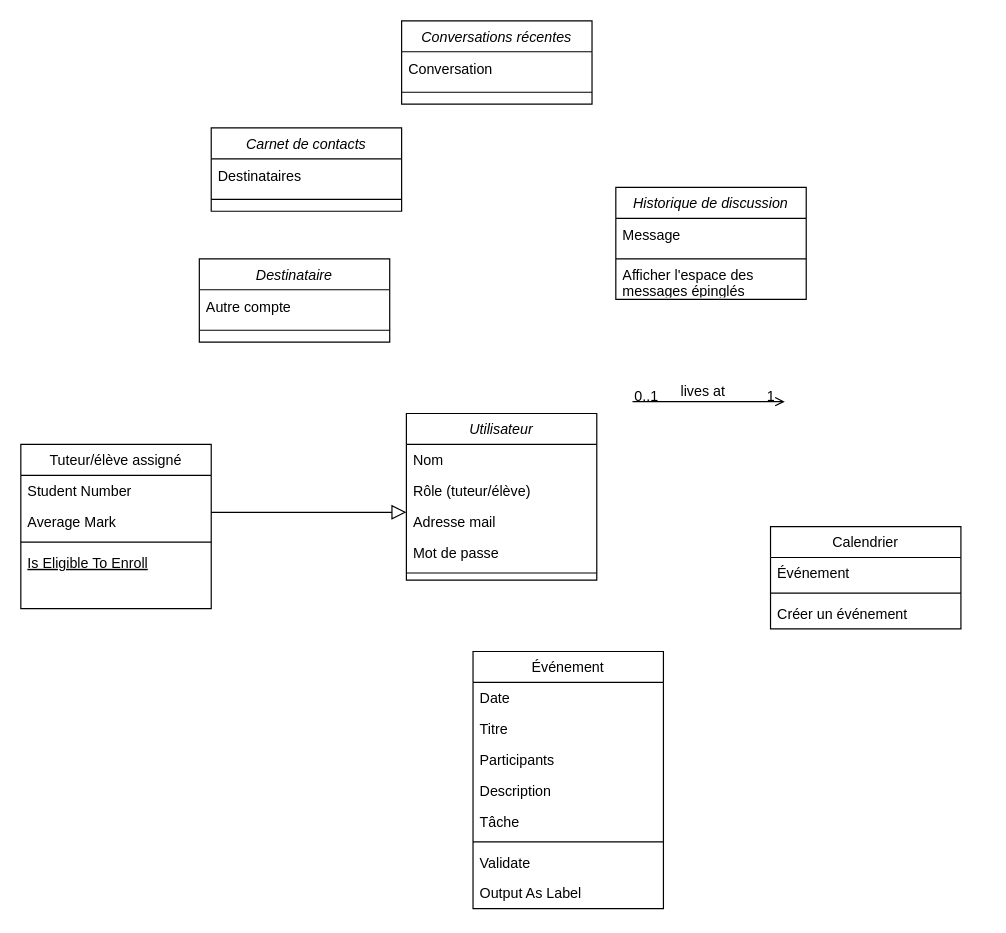
Before: OC3-UML-Homeskolar-class-diag.drawio in AlyxEugenot/OC-Courses, a draw.io diagram. Source tidied: cells renumbered, new cells numbered last; positions are measured from the earlier drawing's top-left corner, leaving out a move shared by most shapes. Both pictures are drawn from the tidied source at 119%, with x=0, y=0 at pixel (20, 20).
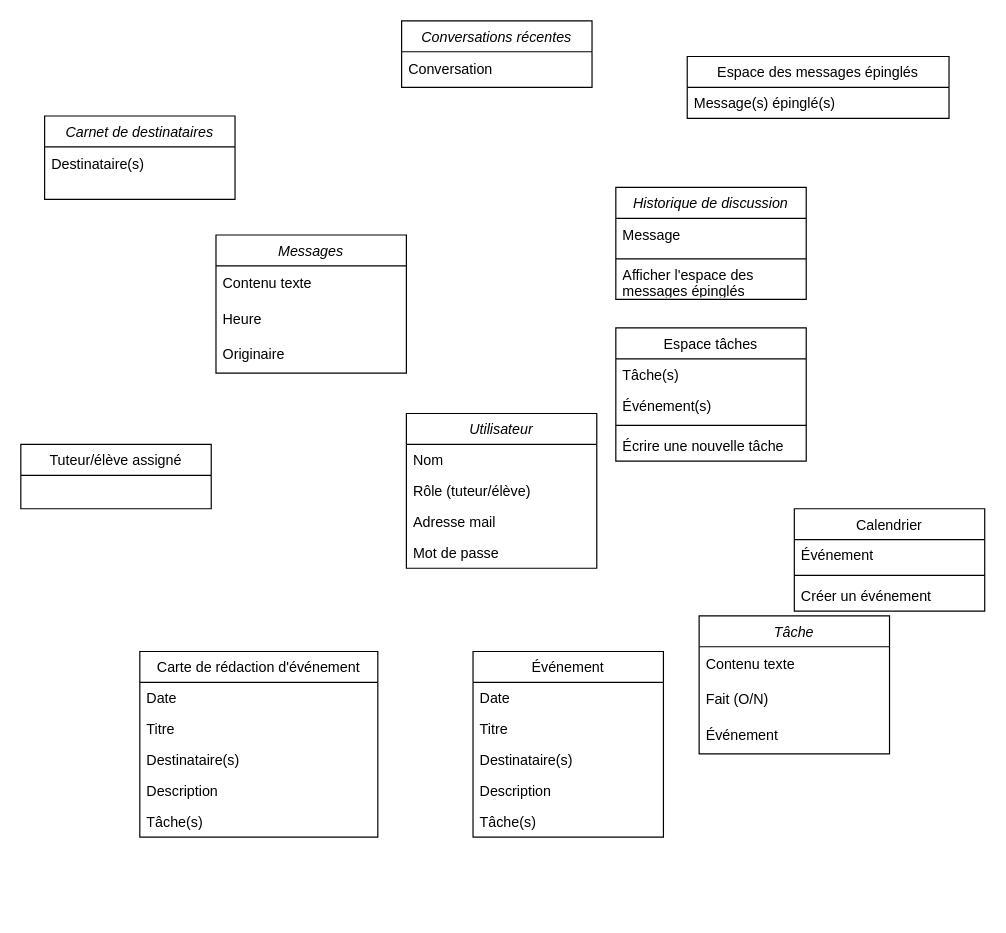
Above is the later version.

Commit message (it also covers changes not shown here):
Mettre à jour OC3-UML-Homeskolar-class-diag.drawio

What changed in the source:
```diff
@@
     <mxCell id="2" value="Utilisateur" style="swimlane;fontStyle=2;align=center;verticalAlign=top;horizontal=1;startSize=26;rounded=0;shadow=0;strokeWidth=1;" parent="1" vertex="1">
-      <mxGeometry x="324" y="330" width="160" height="140" as="geometry" />
+      <mxGeometry x="324" y="330" width="160" height="130" as="geometry" />
     </mxCell>
@@
-    <mxCell id="7" style="line;html=1;strokeWidth=1;align=left;verticalAlign=middle;spacingTop=-1;spacingLeft=3;spacingRight=3;labelPosition=right;" parent="2" vertex="1">
-      <mxGeometry y="130" width="160" height="8" as="geometry" />
-    </mxCell>
     <mxCell id="8" value="Tuteur/élève assigné" style="swimlane;fontStyle=0;align=center;verticalAlign=top;horizontal=1;startSize=26;rounded=0;shadow=0;strokeWidth=1;" parent="1" vertex="1">
-      <mxGeometry y="356" width="160" height="138" as="geometry" />
+      <mxGeometry y="356" width="160" height="54" as="geometry" />
     </mxCell>
-    <mxCell id="9" value="Student Number" style="text;align=left;verticalAlign=top;spacingLeft=4;spacingRight=4;overflow=hidden;" parent="8" vertex="1">
-      <mxGeometry y="26" width="160" height="26" as="geometry" />
-    </mxCell>
-    <mxCell id="10" value="Average Mark" style="text;align=left;verticalAlign=top;spacingLeft=4;spacingRight=4;overflow=hidden;rounded=0;shadow=0;html=0;" parent="8" vertex="1">
-      <mxGeometry y="52" width="160" height="26" as="geometry" />
-    </mxCell>
-    <mxCell id="11" style="line;html=1;strokeWidth=1;align=left;verticalAlign=middle;spacingTop=-1;spacingLeft=3;spacingRight=3;labelPosition=right;" parent="8" vertex="1">
-      <mxGeometry y="78" width="160" height="8" as="geometry" />
-    </mxCell>
-    <mxCell id="12" value="Is Eligible To Enroll" style="text;align=left;verticalAlign=top;spacingLeft=4;spacingRight=4;overflow=hidden;fontStyle=4;" parent="8" vertex="1">
-      <mxGeometry y="86" width="160" height="26" as="geometry" />
-    </mxCell>
-    <mxCell id="13" style="endArrow=block;endSize=10;endFill=0;shadow=0;strokeWidth=1;rounded=0;curved=0;edgeStyle=elbowEdgeStyle;elbow=vertical;" parent="1" edge="1" source="8" target="2">
-      <mxGeometry relative="1" as="geometry" />
-    </mxCell>
     <mxCell id="14" value="Calendrier" style="swimlane;fontStyle=0;align=center;verticalAlign=top;horizontal=1;startSize=26;rounded=0;shadow=0;strokeWidth=1;" parent="1" vertex="1">
-      <mxGeometry x="630" y="425" width="160" height="86" as="geometry" />
+      <mxGeometry x="650" y="410" width="160" height="86" as="geometry" />
     </mxCell>
@@
-    <mxCell id="18" style="endArrow=open;shadow=0;strokeWidth=1;rounded=0;curved=0;endFill=1;edgeStyle=elbowEdgeStyle;elbow=vertical;" parent="1" edge="1">
-      <mxGeometry x="0.5" y="41" relative="1" as="geometry">
-        <mxPoint x="514" y="320" as="sourcePoint" />
-        <mxPoint x="642" y="320" as="targetPoint" />
-        <mxPoint x="-40" y="32" as="offset" />
-      </mxGeometry>
-    </mxCell>
-    <mxCell id="19" value="0..1" style="align=left;verticalAlign=bottom;labelBackgroundColor=none;fontSize=12;" parent="18" vertex="1">
-      <mxGeometry x="-1" relative="1" as="geometry">
-        <mxPoint y="4" as="offset" />
-      </mxGeometry>
-    </mxCell>
-    <mxCell id="20" value="1" style="align=right;verticalAlign=bottom;labelBackgroundColor=none;fontSize=12;" parent="18" vertex="1">
-      <mxGeometry x="1" relative="1" as="geometry">
-        <mxPoint x="-7" y="4" as="offset" />
-      </mxGeometry>
-    </mxCell>
-    <mxCell id="21" value="lives at" style="text;html=1;align=center;verticalAlign=middle;labelBackgroundColor=none;rounded=0;shadow=0;strokeWidth=1;fontSize=12;" parent="18" vertex="1">
-      <mxGeometry x="0.5" y="49" relative="1" as="geometry">
-        <mxPoint x="-38" y="40" as="offset" />
-      </mxGeometry>
-    </mxCell>
-    <mxCell id="22" value="Carnet de contacts" style="swimlane;fontStyle=2;align=center;verticalAlign=top;horizontal=1;startSize=26;rounded=0;shadow=0;strokeWidth=1;" parent="1" vertex="1">
-      <mxGeometry x="160" y="90" width="160" height="70" as="geometry" />
+    <mxCell id="22" value="Carnet de destinataires" style="swimlane;fontStyle=2;align=center;verticalAlign=top;horizontal=1;startSize=26;rounded=0;shadow=0;strokeWidth=1;" parent="1" vertex="1">
+      <mxGeometry x="20" y="80" width="160" height="70" as="geometry" />
     </mxCell>
-    <mxCell id="23" value="Destinataires" style="text;strokeColor=none;fillColor=none;align=left;verticalAlign=middle;spacingLeft=4;spacingRight=4;overflow=hidden;whiteSpace=wrap;html=1;" parent="22" vertex="1">
+    <mxCell id="23" value="Destinataire(s)" style="text;strokeColor=none;fillColor=none;align=left;verticalAlign=middle;spacingLeft=4;spacingRight=4;overflow=hidden;whiteSpace=wrap;html=1;" parent="22" vertex="1">
       <mxGeometry y="26" width="160" height="30" as="geometry" />
     </mxCell>
-    <mxCell id="24" style="line;html=1;strokeWidth=1;align=left;verticalAlign=middle;spacingTop=-1;spacingLeft=3;spacingRight=3;labelPosition=right;" parent="22" vertex="1">
-      <mxGeometry y="56" width="160" height="8" as="geometry" />
-    </mxCell>
-    <mxCell id="25" value="Destinataire" style="swimlane;fontStyle=2;align=center;verticalAlign=top;horizontal=1;startSize=26;rounded=0;shadow=0;strokeWidth=1;" parent="1" vertex="1">
-      <mxGeometry x="150" y="200" width="160" height="70" as="geometry" />
-    </mxCell>
-    <mxCell id="26" value="Autre compte" style="text;strokeColor=none;fillColor=none;align=left;verticalAlign=middle;spacingLeft=4;spacingRight=4;overflow=hidden;whiteSpace=wrap;html=1;" parent="25" vertex="1">
-      <mxGeometry y="26" width="160" height="30" as="geometry" />
-    </mxCell>
-    <mxCell id="27" style="line;html=1;strokeWidth=1;align=left;verticalAlign=middle;spacingTop=-1;spacingLeft=3;spacingRight=3;labelPosition=right;" parent="25" vertex="1">
-      <mxGeometry y="56" width="160" height="8" as="geometry" />
-    </mxCell>
     <mxCell id="28" value="Conversations récentes" style="swimlane;fontStyle=2;align=center;verticalAlign=top;horizontal=1;startSize=26;rounded=0;shadow=0;strokeWidth=1;" parent="1" vertex="1">
-      <mxGeometry x="320" width="160" height="70" as="geometry" />
+      <mxGeometry x="320" width="160" height="56" as="geometry" />
     </mxCell>
@@
-    <mxCell id="30" style="line;html=1;strokeWidth=1;align=left;verticalAlign=middle;spacingTop=-1;spacingLeft=3;spacingRight=3;labelPosition=right;" parent="28" vertex="1">
-      <mxGeometry y="56" width="160" height="8" as="geometry" />
-    </mxCell>
@@
     <mxCell id="35" value="Événement" style="swimlane;fontStyle=0;align=center;verticalAlign=top;horizontal=1;startSize=26;rounded=0;shadow=0;strokeWidth=1;" parent="1" vertex="1">
-      <mxGeometry x="380" y="530" width="160" height="216" as="geometry" />
+      <mxGeometry x="380" y="530" width="160" height="156" as="geometry" />
     </mxCell>
@@
-    <mxCell id="38" value="Participants" style="text;align=left;verticalAlign=top;spacingLeft=4;spacingRight=4;overflow=hidden;rounded=0;shadow=0;html=0;" parent="35" vertex="1">
+    <mxCell id="38" value="Destinataire(s)" style="text;align=left;verticalAlign=top;spacingLeft=4;spacingRight=4;overflow=hidden;rounded=0;shadow=0;html=0;" parent="35" vertex="1">
       <mxGeometry y="78" width="160" height="26" as="geometry" />
     </mxCell>
@@
-    <mxCell id="40" value="Tâche" style="text;align=left;verticalAlign=top;spacingLeft=4;spacingRight=4;overflow=hidden;rounded=0;shadow=0;html=0;" parent="35" vertex="1">
+    <mxCell id="40" value="Tâche(s)" style="text;align=left;verticalAlign=top;spacingLeft=4;spacingRight=4;overflow=hidden;rounded=0;shadow=0;html=0;" parent="35" vertex="1">
       <mxGeometry y="130" width="160" height="26" as="geometry" />
     </mxCell>
-    <mxCell id="41" style="line;html=1;strokeWidth=1;align=left;verticalAlign=middle;spacingTop=-1;spacingLeft=3;spacingRight=3;labelPosition=right;" parent="35" vertex="1">
-      <mxGeometry y="156" width="160" height="8" as="geometry" />
-    </mxCell>
-    <mxCell id="42" value="Validate" style="text;align=left;verticalAlign=top;spacingLeft=4;spacingRight=4;overflow=hidden;" parent="35" vertex="1">
-      <mxGeometry y="164" width="160" height="26" as="geometry" />
-    </mxCell>
-    <mxCell id="43" value="Output As Label" style="text;align=left;verticalAlign=top;spacingLeft=4;spacingRight=4;overflow=hidden;" parent="35" vertex="1">
-      <mxGeometry y="190" width="160" height="26" as="geometry" />
-    </mxCell>
+    <mxCell id="44" value="Espace des messages épinglés" style="swimlane;fontStyle=0;align=center;verticalAlign=top;horizontal=1;startSize=26;rounded=0;shadow=0;strokeWidth=1;" parent="1" vertex="1">
+      <mxGeometry x="560" y="30" width="220" height="52" as="geometry" />
+    </mxCell>
+    <mxCell id="45" value="Message(s) épinglé(s)" style="text;align=left;verticalAlign=top;spacingLeft=4;spacingRight=4;overflow=hidden;" parent="44" vertex="1">
+      <mxGeometry y="26" width="220" height="26" as="geometry" />
+    </mxCell>
+    <mxCell id="46" value="Messages" style="swimlane;fontStyle=2;align=center;verticalAlign=top;horizontal=1;startSize=26;rounded=0;shadow=0;strokeWidth=1;" parent="1" vertex="1">
+      <mxGeometry x="164" y="180" width="160" height="116" as="geometry" />
+    </mxCell>
+    <mxCell id="47" value="&lt;div&gt;Contenu texte&lt;/div&gt;" style="text;strokeColor=none;fillColor=none;align=left;verticalAlign=middle;spacingLeft=4;spacingRight=4;overflow=hidden;whiteSpace=wrap;html=1;" parent="46" vertex="1">
+      <mxGeometry y="26" width="160" height="30" as="geometry" />
+    </mxCell>
+    <mxCell id="48" value="Heure" style="text;strokeColor=none;fillColor=none;align=left;verticalAlign=middle;spacingLeft=4;spacingRight=4;overflow=hidden;whiteSpace=wrap;html=1;" parent="46" vertex="1">
+      <mxGeometry y="56" width="160" height="30" as="geometry" />
+    </mxCell>
+    <mxCell id="49" value="Originaire" style="text;strokeColor=none;fillColor=none;align=left;verticalAlign=middle;spacingLeft=4;spacingRight=4;overflow=hidden;whiteSpace=wrap;html=1;" parent="46" vertex="1">
+      <mxGeometry y="86" width="160" height="30" as="geometry" />
+    </mxCell>
+    <mxCell id="50" value="Espace tâches" style="swimlane;fontStyle=0;align=center;verticalAlign=top;horizontal=1;startSize=26;rounded=0;shadow=0;strokeWidth=1;" parent="1" vertex="1">
+      <mxGeometry x="500" y="258" width="160" height="112" as="geometry" />
+    </mxCell>
+    <mxCell id="51" value="Tâche(s)" style="text;align=left;verticalAlign=top;spacingLeft=4;spacingRight=4;overflow=hidden;" parent="50" vertex="1">
+      <mxGeometry y="26" width="160" height="26" as="geometry" />
+    </mxCell>
+    <mxCell id="52" value="Événement(s)" style="text;align=left;verticalAlign=top;spacingLeft=4;spacingRight=4;overflow=hidden;" parent="50" vertex="1">
+      <mxGeometry y="52" width="160" height="26" as="geometry" />
+    </mxCell>
+    <mxCell id="53" style="line;strokeWidth=1;fillColor=none;align=left;verticalAlign=middle;spacingTop=-1;spacingLeft=3;spacingRight=3;labelPosition=right;strokeColor=inherit;" parent="50" vertex="1">
+      <mxGeometry y="78" width="160" height="8" as="geometry" />
+    </mxCell>
+    <mxCell id="54" value="Écrire une nouvelle tâche" style="text;align=left;verticalAlign=top;spacingLeft=4;spacingRight=4;overflow=hidden;" parent="50" vertex="1">
+      <mxGeometry y="86" width="160" height="26" as="geometry" />
+    </mxCell>
+    <mxCell id="55" value="Tâche" style="swimlane;fontStyle=2;align=center;verticalAlign=top;horizontal=1;startSize=26;rounded=0;shadow=0;strokeWidth=1;" parent="1" vertex="1">
+      <mxGeometry x="570" y="500" width="160" height="116" as="geometry" />
+    </mxCell>
+    <mxCell id="56" value="&lt;div&gt;Contenu texte&lt;/div&gt;" style="text;strokeColor=none;fillColor=none;align=left;verticalAlign=middle;spacingLeft=4;spacingRight=4;overflow=hidden;whiteSpace=wrap;html=1;" parent="55" vertex="1">
+      <mxGeometry y="26" width="160" height="30" as="geometry" />
+    </mxCell>
+    <mxCell id="57" value="Fait (O/N)" style="text;strokeColor=none;fillColor=none;align=left;verticalAlign=middle;spacingLeft=4;spacingRight=4;overflow=hidden;whiteSpace=wrap;html=1;" parent="55" vertex="1">
+      <mxGeometry y="56" width="160" height="30" as="geometry" />
+    </mxCell>
+    <mxCell id="58" value="Événement" style="text;strokeColor=none;fillColor=none;align=left;verticalAlign=middle;spacingLeft=4;spacingRight=4;overflow=hidden;whiteSpace=wrap;html=1;" parent="55" vertex="1">
+      <mxGeometry y="86" width="160" height="30" as="geometry" />
+    </mxCell>
+    <mxCell id="59" value="Carte de rédaction d'événement" style="swimlane;fontStyle=0;align=center;verticalAlign=top;horizontal=1;startSize=26;rounded=0;shadow=0;strokeWidth=1;" parent="1" vertex="1">
+      <mxGeometry x="100" y="530" width="200" height="156" as="geometry" />
+    </mxCell>
+    <mxCell id="60" value="Date" style="text;align=left;verticalAlign=top;spacingLeft=4;spacingRight=4;overflow=hidden;" parent="59" vertex="1">
+      <mxGeometry y="26" width="200" height="26" as="geometry" />
+    </mxCell>
+    <mxCell id="61" value="Titre" style="text;align=left;verticalAlign=top;spacingLeft=4;spacingRight=4;overflow=hidden;rounded=0;shadow=0;html=0;" parent="59" vertex="1">
+      <mxGeometry y="52" width="200" height="26" as="geometry" />
+    </mxCell>
+    <mxCell id="62" value="Destinataire(s)" style="text;align=left;verticalAlign=top;spacingLeft=4;spacingRight=4;overflow=hidden;rounded=0;shadow=0;html=0;" parent="59" vertex="1">
+      <mxGeometry y="78" width="200" height="26" as="geometry" />
+    </mxCell>
+    <mxCell id="63" value="Description" style="text;align=left;verticalAlign=top;spacingLeft=4;spacingRight=4;overflow=hidden;rounded=0;shadow=0;html=0;" parent="59" vertex="1">
+      <mxGeometry y="104" width="200" height="26" as="geometry" />
+    </mxCell>
+    <mxCell id="64" value="Tâche(s)" style="text;align=left;verticalAlign=top;spacingLeft=4;spacingRight=4;overflow=hidden;rounded=0;shadow=0;html=0;" parent="59" vertex="1">
+      <mxGeometry y="130" width="200" height="26" as="geometry" />
+    </mxCell>
```
